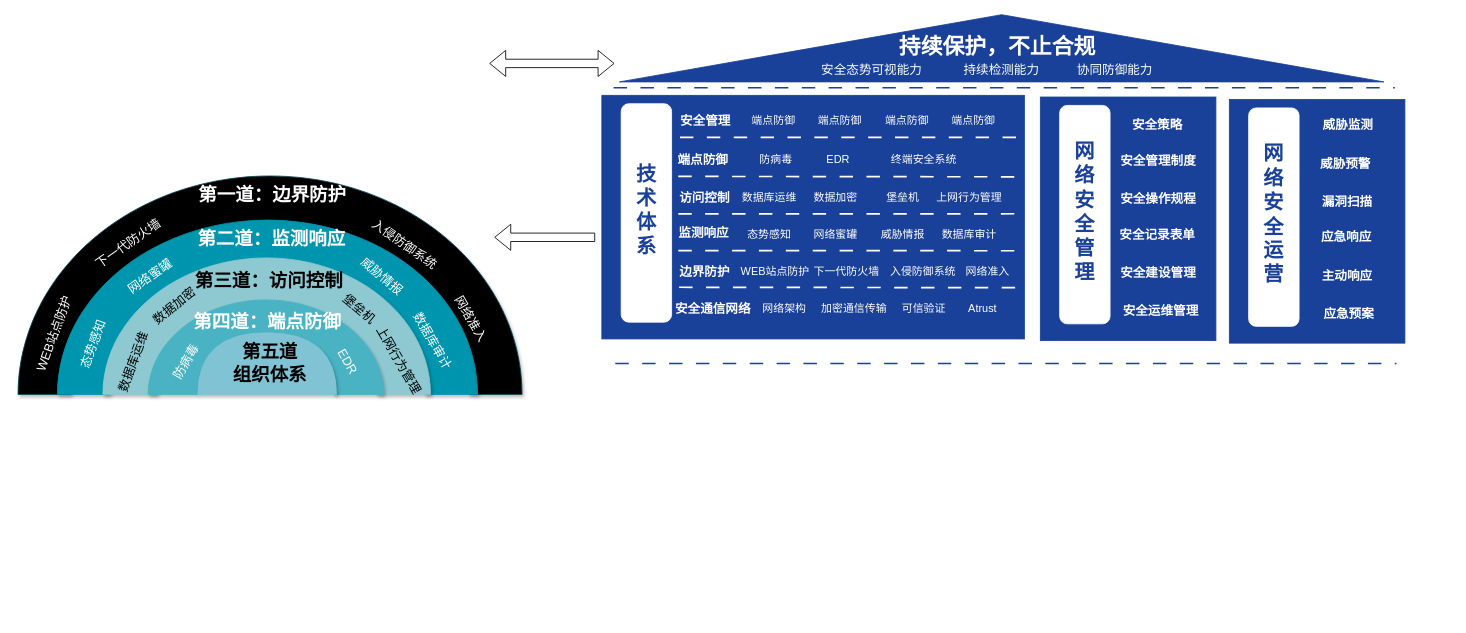
Earlier version of the draw.io diagram 安全架构.drawio (Niujieheng/GitHub_june). Source tidied: cells renumbered, new cells numbered last; positions are measured from the earlier drawing's top-left corner, leaving out a move shared by most shapes. Both pictures are drawn from the tidied source at 84%, with x=0, y=0 at pixel (3, -334).
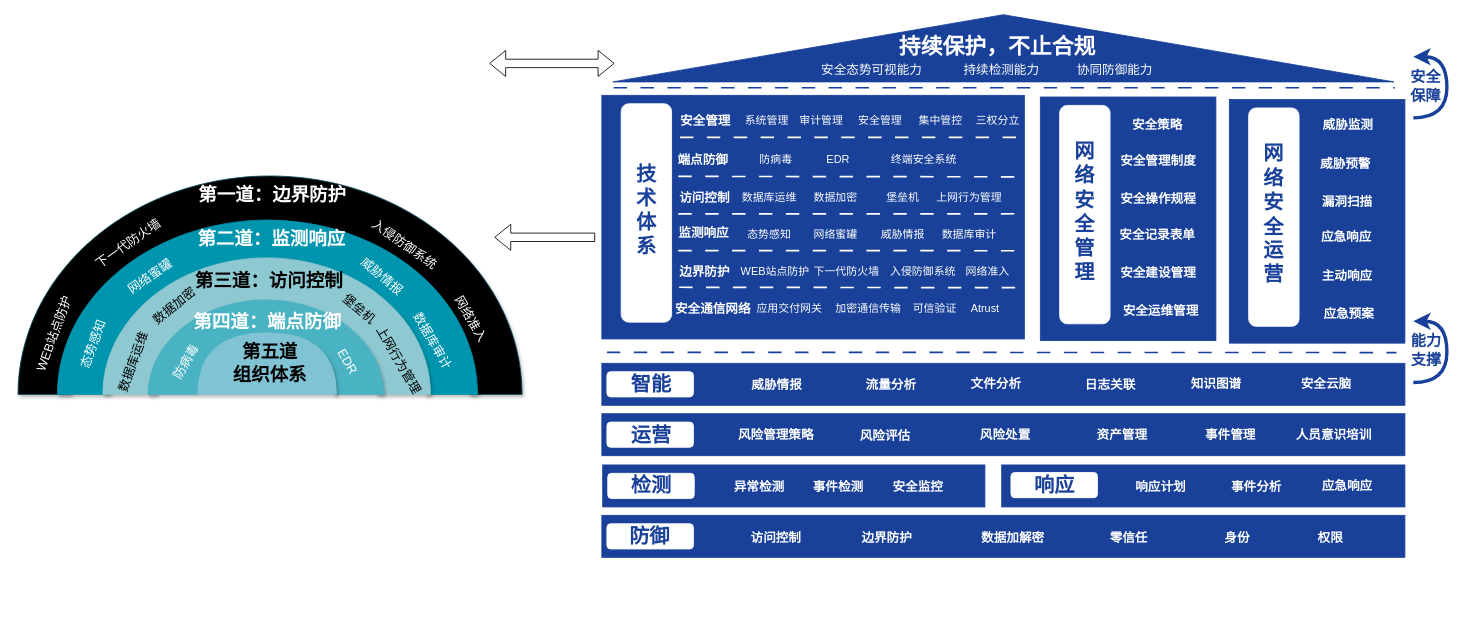
The same diagram, later.

Commit message (it also covers changes not shown here):
更新安全架构.drawio

Change to the diagram source:
```diff
@@
     <mxCell id="3" style="triangle;whiteSpace=wrap;html=1;rotation=-90;fillColor=light-dark(#194199, #ededed);strokeColor=light-dark(#194199,#EDEDED);" parent="1" vertex="1">
-      <mxGeometry x="1149" width="80" height="910" as="geometry" />
+      <mxGeometry x="1151" y="-10" width="80" height="930" as="geometry" />
     </mxCell>
@@
     <mxCell id="34" style="endArrow=none;dashed=1;html=1;rounded=0;dashPattern=8 8;strokeWidth=2;strokeColor=#194199;" parent="1" edge="1">
       <mxGeometry relative="1" as="geometry">
-        <mxPoint x="729" y="830.2" as="sourcePoint" />
-        <mxPoint x="1659" y="830.2" as="targetPoint" />
+        <mxPoint x="719" y="817" as="sourcePoint" />
+        <mxPoint x="1659" y="817.2" as="targetPoint" />
       </mxGeometry>
     </mxCell>
@@
-    <mxCell id="82" value="&lt;font style=&quot;color: rgb(255, 255, 255); font-size: 13px;&quot;&gt;网络架构&lt;/font&gt;" style="text;html=1;whiteSpace=wrap;strokeColor=none;fillColor=none;align=center;verticalAlign=middle;rounded=0;" parent="1" vertex="1">
-      <mxGeometry x="865" y="750.2" width="131" height="30" as="geometry" />
+    <mxCell id="82" value="&lt;font style=&quot;color: rgb(255, 255, 255); font-size: 13px;&quot;&gt;应用交付网关&lt;/font&gt;" style="text;html=1;whiteSpace=wrap;strokeColor=none;fillColor=none;align=center;verticalAlign=middle;rounded=0;" parent="1" vertex="1">
+      <mxGeometry x="871" y="750.2" width="131" height="30" as="geometry" />
     </mxCell>
     <mxCell id="83" value="&lt;font style=&quot;color: rgb(255, 255, 255); font-size: 13px;&quot;&gt;加密通信传输&lt;/font&gt;" style="text;html=1;whiteSpace=wrap;strokeColor=none;fillColor=none;align=center;verticalAlign=middle;rounded=0;" parent="1" vertex="1">
-      <mxGeometry x="948" y="750.2" width="131" height="30" as="geometry" />
+      <mxGeometry x="965" y="750.2" width="131" height="30" as="geometry" />
     </mxCell>
     <mxCell id="84" value="&lt;font style=&quot;color: rgb(255, 255, 255); font-size: 13px;&quot;&gt;可信验证&lt;/font&gt;" style="text;html=1;whiteSpace=wrap;strokeColor=none;fillColor=none;align=center;verticalAlign=middle;rounded=0;" parent="1" vertex="1">
-      <mxGeometry x="1031" y="750.2" width="131" height="30" as="geometry" />
+      <mxGeometry x="1044" y="750.2" width="131" height="30" as="geometry" />
     </mxCell>
     <mxCell id="85" value="&lt;font style=&quot;color: rgb(255, 255, 255); font-size: 13px;&quot;&gt;Atrust&lt;/font&gt;" style="text;html=1;whiteSpace=wrap;strokeColor=none;fillColor=none;align=center;verticalAlign=middle;rounded=0;" parent="1" vertex="1">
-      <mxGeometry x="1101" y="750.2" width="131" height="30" as="geometry" />
+      <mxGeometry x="1104" y="750.2" width="131" height="30" as="geometry" />
     </mxCell>
-    <mxCell id="86" value="&lt;font style=&quot;color: rgb(255, 255, 255); font-size: 13px;&quot;&gt;端点防御&lt;/font&gt;" style="text;html=1;whiteSpace=wrap;strokeColor=none;fillColor=none;align=center;verticalAlign=middle;rounded=0;" parent="1" vertex="1">
-      <mxGeometry x="852" y="526" width="131" height="30" as="geometry" />
+    <mxCell id="86" value="&lt;font style=&quot;color: rgb(255, 255, 255); font-size: 13px;&quot;&gt;系统管理&lt;/font&gt;" style="text;html=1;whiteSpace=wrap;strokeColor=none;fillColor=none;align=center;verticalAlign=middle;rounded=0;" parent="1" vertex="1">
+      <mxGeometry x="844" y="526" width="131" height="30" as="geometry" />
     </mxCell>
-    <mxCell id="87" value="&lt;font style=&quot;color: rgb(255, 255, 255); font-size: 13px;&quot;&gt;端点防御&lt;/font&gt;" style="text;html=1;whiteSpace=wrap;strokeColor=none;fillColor=none;align=center;verticalAlign=middle;rounded=0;" parent="1" vertex="1">
-      <mxGeometry x="931" y="526" width="131" height="30" as="geometry" />
+    <mxCell id="87" value="&lt;font style=&quot;color: rgb(255, 255, 255); font-size: 13px;&quot;&gt;审计管理&lt;/font&gt;" style="text;html=1;whiteSpace=wrap;strokeColor=none;fillColor=none;align=center;verticalAlign=middle;rounded=0;" parent="1" vertex="1">
+      <mxGeometry x="909" y="526" width="131" height="30" as="geometry" />
     </mxCell>
-    <mxCell id="88" value="&lt;font style=&quot;color: rgb(255, 255, 255); font-size: 13px;&quot;&gt;端点防御&lt;/font&gt;" style="text;html=1;whiteSpace=wrap;strokeColor=none;fillColor=none;align=center;verticalAlign=middle;rounded=0;" parent="1" vertex="1">
-      <mxGeometry x="1011" y="526" width="131" height="30" as="geometry" />
+    <mxCell id="88" value="&lt;font style=&quot;color: rgb(255, 255, 255); font-size: 13px;&quot;&gt;安全管理&lt;/font&gt;" style="text;html=1;whiteSpace=wrap;strokeColor=none;fillColor=none;align=center;verticalAlign=middle;rounded=0;" parent="1" vertex="1">
+      <mxGeometry x="979" y="526" width="131" height="30" as="geometry" />
     </mxCell>
-    <mxCell id="89" value="&lt;font style=&quot;color: rgb(255, 255, 255); font-size: 13px;&quot;&gt;端点防御&lt;/font&gt;" style="text;html=1;whiteSpace=wrap;strokeColor=none;fillColor=none;align=center;verticalAlign=middle;rounded=0;" parent="1" vertex="1">
-      <mxGeometry x="1090" y="526" width="131" height="30" as="geometry" />
+    <mxCell id="89" value="&lt;font style=&quot;color: rgb(255, 255, 255); font-size: 13px;&quot;&gt;集中管控&lt;/font&gt;" style="text;html=1;whiteSpace=wrap;strokeColor=none;fillColor=none;align=center;verticalAlign=middle;rounded=0;" parent="1" vertex="1">
+      <mxGeometry x="1051" y="526" width="131" height="30" as="geometry" />
     </mxCell>
+    <mxCell id="90" value="&lt;font style=&quot;color: rgb(255, 255, 255); font-size: 13px;&quot;&gt;三权分立&lt;/font&gt;" style="text;html=1;whiteSpace=wrap;strokeColor=none;fillColor=none;align=center;verticalAlign=middle;rounded=0;" parent="1" vertex="1">
+      <mxGeometry x="1118.5" y="526" width="131" height="30" as="geometry" />
+    </mxCell>
+    <mxCell id="91" style="rounded=0;whiteSpace=wrap;html=1;fillColor=#194199;strokeColor=#194199;" parent="1" vertex="1">
+      <mxGeometry x="713" y="830" width="956" height="50" as="geometry" />
+    </mxCell>
+    <mxCell id="92" style="rounded=1;whiteSpace=wrap;html=1;strokeColor=#FFFFFF;" parent="1" vertex="1">
+      <mxGeometry x="719" y="840" width="103" height="30" as="geometry" />
+    </mxCell>
+    <mxCell id="93" value="&lt;font style=&quot;color: rgb(25, 65, 153); font-size: 24px;&quot;&gt;&lt;b style=&quot;&quot;&gt;智能&lt;/b&gt;&lt;/font&gt;" style="text;html=1;whiteSpace=wrap;strokeColor=none;fillColor=none;align=center;verticalAlign=middle;rounded=0;" parent="1" vertex="1">
+      <mxGeometry x="711" y="840" width="122" height="30" as="geometry" />
+    </mxCell>
+    <mxCell id="94" value="&lt;font style=&quot;color: rgb(255, 255, 255); font-size: 15px;&quot;&gt;&lt;b&gt;威胁情报&lt;/b&gt;&lt;/font&gt;" style="text;html=1;whiteSpace=wrap;strokeColor=none;fillColor=none;align=center;verticalAlign=middle;rounded=0;" parent="1" vertex="1">
+      <mxGeometry x="856" y="840" width="131" height="30" as="geometry" />
+    </mxCell>
+    <mxCell id="95" value="&lt;font style=&quot;color: rgb(255, 255, 255); font-size: 15px;&quot;&gt;&lt;b&gt;流量分析&lt;/b&gt;&lt;/font&gt;" style="text;html=1;whiteSpace=wrap;strokeColor=none;fillColor=none;align=center;verticalAlign=middle;rounded=0;" parent="1" vertex="1">
+      <mxGeometry x="992" y="840" width="131" height="30" as="geometry" />
+    </mxCell>
+    <mxCell id="96" value="&lt;font style=&quot;color: rgb(255, 255, 255); font-size: 15px;&quot;&gt;&lt;b&gt;日志关联&lt;/b&gt;&lt;/font&gt;" style="text;html=1;whiteSpace=wrap;strokeColor=none;fillColor=none;align=center;verticalAlign=middle;rounded=0;" parent="1" vertex="1">
+      <mxGeometry x="1253" y="840" width="131" height="30" as="geometry" />
+    </mxCell>
+    <mxCell id="97" value="&lt;font style=&quot;color: rgb(255, 255, 255); font-size: 15px;&quot;&gt;&lt;b&gt;安全云脑&lt;/b&gt;&lt;/font&gt;" style="text;html=1;whiteSpace=wrap;strokeColor=none;fillColor=none;align=center;verticalAlign=middle;rounded=0;" parent="1" vertex="1">
+      <mxGeometry x="1510" y="839.2" width="131" height="30" as="geometry" />
+    </mxCell>
+    <mxCell id="98" value="&lt;font style=&quot;color: rgb(255, 255, 255); font-size: 15px;&quot;&gt;&lt;b&gt;知识图谱&lt;/b&gt;&lt;/font&gt;" style="text;html=1;whiteSpace=wrap;strokeColor=none;fillColor=none;align=center;verticalAlign=middle;rounded=0;" parent="1" vertex="1">
+      <mxGeometry x="1379" y="839.2" width="131" height="30" as="geometry" />
+    </mxCell>
+    <mxCell id="99" value="&lt;font style=&quot;color: rgb(255, 255, 255); font-size: 15px;&quot;&gt;&lt;b&gt;文件分析&lt;/b&gt;&lt;/font&gt;" style="text;html=1;whiteSpace=wrap;strokeColor=none;fillColor=none;align=center;verticalAlign=middle;rounded=0;" parent="1" vertex="1">
+      <mxGeometry x="1117" y="839.2" width="131" height="30" as="geometry" />
+    </mxCell>
+    <mxCell id="100" style="rounded=0;whiteSpace=wrap;html=1;fillColor=#194199;strokeColor=#194199;" parent="1" vertex="1">
+      <mxGeometry x="713" y="1011" width="956" height="50" as="geometry" />
+    </mxCell>
+    <mxCell id="101" value="&lt;font style=&quot;color: rgb(255, 255, 255); font-size: 15px;&quot;&gt;&lt;b&gt;访问控制&lt;/b&gt;&lt;/font&gt;" style="text;html=1;whiteSpace=wrap;strokeColor=none;fillColor=none;align=center;verticalAlign=middle;rounded=0;" parent="1" vertex="1">
+      <mxGeometry x="855" y="1022" width="131" height="30" as="geometry" />
+    </mxCell>
+    <mxCell id="102" value="&lt;font style=&quot;color: rgb(255, 255, 255); font-size: 15px;&quot;&gt;&lt;b&gt;边界防护&lt;/b&gt;&lt;/font&gt;" style="text;html=1;whiteSpace=wrap;strokeColor=none;fillColor=none;align=center;verticalAlign=middle;rounded=0;" parent="1" vertex="1">
+      <mxGeometry x="987" y="1022" width="131" height="30" as="geometry" />
+    </mxCell>
+    <mxCell id="103" value="&lt;font color=&quot;#ffffff&quot;&gt;&lt;span style=&quot;font-size: 15px;&quot;&gt;&lt;b&gt;数据加解密&lt;/b&gt;&lt;/span&gt;&lt;/font&gt;" style="text;html=1;whiteSpace=wrap;strokeColor=none;fillColor=none;align=center;verticalAlign=middle;rounded=0;" parent="1" vertex="1">
+      <mxGeometry x="1137" y="1022" width="131" height="30" as="geometry" />
+    </mxCell>
+    <mxCell id="104" value="&lt;font color=&quot;#ffffff&quot;&gt;&lt;span style=&quot;font-size: 15px;&quot;&gt;&lt;b&gt;零信任&lt;/b&gt;&lt;/span&gt;&lt;/font&gt;" style="text;html=1;whiteSpace=wrap;strokeColor=none;fillColor=none;align=center;verticalAlign=middle;rounded=0;" parent="1" vertex="1">
+      <mxGeometry x="1275" y="1022" width="131" height="30" as="geometry" />
+    </mxCell>
+    <mxCell id="105" value="&lt;font style=&quot;color: rgb(255, 255, 255); font-size: 15px;&quot;&gt;&lt;b&gt;身份&lt;/b&gt;&lt;/font&gt;" style="text;html=1;whiteSpace=wrap;strokeColor=none;fillColor=none;align=center;verticalAlign=middle;rounded=0;" parent="1" vertex="1">
+      <mxGeometry x="1404" y="1022" width="131" height="30" as="geometry" />
+    </mxCell>
+    <mxCell id="106" value="&lt;font style=&quot;color: rgb(255, 255, 255); font-size: 15px;&quot;&gt;&lt;b&gt;权限&lt;/b&gt;&lt;/font&gt;" style="text;html=1;whiteSpace=wrap;strokeColor=none;fillColor=none;align=center;verticalAlign=middle;rounded=0;" parent="1" vertex="1">
+      <mxGeometry x="1515" y="1022" width="131" height="30" as="geometry" />
+    </mxCell>
+    <mxCell id="107" style="rounded=0;whiteSpace=wrap;html=1;fillColor=#194199;strokeColor=#194199;" parent="1" vertex="1">
+      <mxGeometry x="713" y="890" width="956" height="50" as="geometry" />
+    </mxCell>
+    <mxCell id="108" value="&lt;font color=&quot;#ffffff&quot;&gt;&lt;span style=&quot;font-size: 15px;&quot;&gt;&lt;b&gt;风险管理策略&lt;/b&gt;&lt;/span&gt;&lt;/font&gt;" style="text;html=1;whiteSpace=wrap;strokeColor=none;fillColor=none;align=center;verticalAlign=middle;rounded=0;" parent="1" vertex="1">
+      <mxGeometry x="855" y="900" width="131" height="30" as="geometry" />
+    </mxCell>
+    <mxCell id="109" value="&lt;font style=&quot;color: rgb(255, 255, 255); font-size: 15px;&quot;&gt;&lt;b&gt;风险评估&lt;/b&gt;&lt;/font&gt;" style="text;html=1;whiteSpace=wrap;strokeColor=none;fillColor=none;align=center;verticalAlign=middle;rounded=0;" parent="1" vertex="1">
+      <mxGeometry x="985" y="901" width="131" height="30" as="geometry" />
+    </mxCell>
+    <mxCell id="110" value="&lt;font style=&quot;color: rgb(255, 255, 255); font-size: 15px;&quot;&gt;&lt;b&gt;风险处置&lt;/b&gt;&lt;/font&gt;" style="text;html=1;whiteSpace=wrap;strokeColor=none;fillColor=none;align=center;verticalAlign=middle;rounded=0;" parent="1" vertex="1">
+      <mxGeometry x="1128" y="900" width="131" height="30" as="geometry" />
+    </mxCell>
+    <mxCell id="111" value="&lt;font style=&quot;color: rgb(255, 255, 255); font-size: 15px;&quot;&gt;&lt;b&gt;资产管理&lt;/b&gt;&lt;/font&gt;" style="text;html=1;whiteSpace=wrap;strokeColor=none;fillColor=none;align=center;verticalAlign=middle;rounded=0;" parent="1" vertex="1">
+      <mxGeometry x="1267" y="900" width="131" height="30" as="geometry" />
+    </mxCell>
+    <mxCell id="112" value="&lt;font color=&quot;#ffffff&quot;&gt;&lt;span style=&quot;font-size: 15px;&quot;&gt;&lt;b&gt;事件管理&lt;/b&gt;&lt;/span&gt;&lt;/font&gt;" style="text;html=1;whiteSpace=wrap;strokeColor=none;fillColor=none;align=center;verticalAlign=middle;rounded=0;" parent="1" vertex="1">
+      <mxGeometry x="1396" y="900" width="131" height="30" as="geometry" />
+    </mxCell>
+    <mxCell id="113" value="&lt;font style=&quot;color: rgb(255, 255, 255); font-size: 15px;&quot;&gt;&lt;b&gt;人员意识培训&lt;/b&gt;&lt;/font&gt;" style="text;html=1;whiteSpace=wrap;strokeColor=none;fillColor=none;align=center;verticalAlign=middle;rounded=0;" parent="1" vertex="1">
+      <mxGeometry x="1519" y="900" width="131" height="30" as="geometry" />
+    </mxCell>
+    <mxCell id="114" style="rounded=0;whiteSpace=wrap;html=1;fillColor=#194199;strokeColor=#194199;" parent="1" vertex="1">
+      <mxGeometry x="714" y="951" width="455" height="50" as="geometry" />
+    </mxCell>
+    <mxCell id="115" value="&lt;font style=&quot;color: rgb(255, 255, 255); font-size: 15px;&quot;&gt;&lt;b&gt;异常检测&lt;/b&gt;&lt;/font&gt;" style="text;html=1;whiteSpace=wrap;strokeColor=none;fillColor=none;align=center;verticalAlign=middle;rounded=0;" parent="1" vertex="1">
+      <mxGeometry x="835" y="961" width="131" height="30" as="geometry" />
+    </mxCell>
+    <mxCell id="116" value="&lt;font style=&quot;color: rgb(255, 255, 255); font-size: 15px;&quot;&gt;&lt;b&gt;事件检测&lt;/b&gt;&lt;/font&gt;" style="text;html=1;whiteSpace=wrap;strokeColor=none;fillColor=none;align=center;verticalAlign=middle;rounded=0;" parent="1" vertex="1">
+      <mxGeometry x="929" y="961" width="131" height="30" as="geometry" />
+    </mxCell>
+    <mxCell id="117" value="&lt;font style=&quot;color: rgb(255, 255, 255); font-size: 15px;&quot;&gt;&lt;b&gt;安全监控&lt;/b&gt;&lt;/font&gt;" style="text;html=1;whiteSpace=wrap;strokeColor=none;fillColor=none;align=center;verticalAlign=middle;rounded=0;" parent="1" vertex="1">
+      <mxGeometry x="1023.5" y="961" width="131" height="30" as="geometry" />
+    </mxCell>
+    <mxCell id="118" style="rounded=1;whiteSpace=wrap;html=1;strokeColor=#FFFFFF;" parent="1" vertex="1">
+      <mxGeometry x="719" y="1021" width="103" height="30" as="geometry" />
+    </mxCell>
+    <mxCell id="119" value="&lt;font style=&quot;color: rgb(25, 65, 153); font-size: 24px;&quot;&gt;&lt;b style=&quot;&quot;&gt;防御&lt;/b&gt;&lt;/font&gt;" style="text;html=1;whiteSpace=wrap;strokeColor=none;fillColor=none;align=center;verticalAlign=middle;rounded=0;" parent="1" vertex="1">
+      <mxGeometry x="709" y="1021" width="122" height="30" as="geometry" />
+    </mxCell>
+    <mxCell id="120" style="rounded=1;whiteSpace=wrap;html=1;strokeColor=#FFFFFF;" parent="1" vertex="1">
+      <mxGeometry x="719" y="900" width="103" height="30" as="geometry" />
+    </mxCell>
+    <mxCell id="121" value="&lt;font style=&quot;color: rgb(25, 65, 153); font-size: 24px;&quot;&gt;&lt;b style=&quot;&quot;&gt;运营&lt;/b&gt;&lt;/font&gt;" style="text;html=1;whiteSpace=wrap;strokeColor=none;fillColor=none;align=center;verticalAlign=middle;rounded=0;" parent="1" vertex="1">
+      <mxGeometry x="711" y="901" width="122" height="30" as="geometry" />
+    </mxCell>
+    <mxCell id="122" style="rounded=1;whiteSpace=wrap;html=1;strokeColor=#FFFFFF;" parent="1" vertex="1">
+      <mxGeometry x="720" y="961" width="103" height="30" as="geometry" />
+    </mxCell>
+    <mxCell id="123" value="&lt;font style=&quot;color: rgb(25, 65, 153); font-size: 24px;&quot;&gt;&lt;b style=&quot;&quot;&gt;检测&lt;/b&gt;&lt;/font&gt;" style="text;html=1;whiteSpace=wrap;strokeColor=none;fillColor=none;align=center;verticalAlign=middle;rounded=0;" parent="1" vertex="1">
+      <mxGeometry x="711" y="961" width="122" height="30" as="geometry" />
+    </mxCell>
+    <mxCell id="124" style="rounded=0;whiteSpace=wrap;html=1;fillColor=#194199;strokeColor=#194199;" parent="1" vertex="1">
+      <mxGeometry x="1189" y="951" width="480" height="50" as="geometry" />
+    </mxCell>
+    <mxCell id="125" value="&lt;font style=&quot;color: rgb(255, 255, 255); font-size: 15px;&quot;&gt;&lt;b&gt;响应计划&lt;/b&gt;&lt;/font&gt;" style="text;html=1;whiteSpace=wrap;strokeColor=none;fillColor=none;align=center;verticalAlign=middle;rounded=0;" parent="1" vertex="1">
+      <mxGeometry x="1313" y="961" width="131" height="30" as="geometry" />
+    </mxCell>
+    <mxCell id="126" value="&lt;font style=&quot;color: rgb(255, 255, 255); font-size: 15px;&quot;&gt;&lt;b&gt;事件分析&lt;/b&gt;&lt;/font&gt;" style="text;html=1;whiteSpace=wrap;strokeColor=none;fillColor=none;align=center;verticalAlign=middle;rounded=0;" parent="1" vertex="1">
+      <mxGeometry x="1427" y="961" width="131" height="30" as="geometry" />
+    </mxCell>
+    <mxCell id="127" value="&lt;font style=&quot;color: rgb(255, 255, 255); font-size: 15px;&quot;&gt;&lt;b&gt;应急响应&lt;/b&gt;&lt;/font&gt;" style="text;html=1;whiteSpace=wrap;strokeColor=none;fillColor=none;align=center;verticalAlign=middle;rounded=0;" parent="1" vertex="1">
+      <mxGeometry x="1535" y="960" width="131" height="30" as="geometry" />
+    </mxCell>
+    <mxCell id="128" style="rounded=1;whiteSpace=wrap;html=1;strokeColor=#FFFFFF;" parent="1" vertex="1">
+      <mxGeometry x="1200" y="960" width="103" height="30" as="geometry" />
+    </mxCell>
+    <mxCell id="129" value="&lt;font style=&quot;color: rgb(25, 65, 153); font-size: 24px;&quot;&gt;&lt;b style=&quot;&quot;&gt;响应&lt;/b&gt;&lt;/font&gt;" style="text;html=1;whiteSpace=wrap;strokeColor=none;fillColor=none;align=center;verticalAlign=middle;rounded=0;" parent="1" vertex="1">
+      <mxGeometry x="1191" y="961" width="122" height="30" as="geometry" />
+    </mxCell>
+    <mxCell id="130" style="edgeStyle=orthogonalEdgeStyle;endArrow=classic;html=1;curved=1;rounded=1;endSize=8;startSize=8;strokeWidth=4;strokeColor=#194199;" parent="1" edge="1">
+      <mxGeometry relative="1" as="geometry">
+        <mxPoint x="1679" y="852.8" as="sourcePoint" />
+        <mxPoint x="1679" y="780" as="targetPoint" />
+        <Array as="points">
+          <mxPoint x="1719" y="853" />
+          <mxPoint x="1719" y="780" />
+        </Array>
+      </mxGeometry>
+    </mxCell>
+    <mxCell id="131" style="edgeStyle=orthogonalEdgeStyle;endArrow=classic;html=1;curved=1;rounded=1;endSize=8;startSize=8;strokeColor=#194199;strokeWidth=4;" parent="1" edge="1">
+      <mxGeometry relative="1" as="geometry">
+        <mxPoint x="1679" y="537.8" as="sourcePoint" />
+        <mxPoint x="1679" y="465" as="targetPoint" />
+        <Array as="points">
+          <mxPoint x="1719" y="538" />
+          <mxPoint x="1719" y="465" />
+        </Array>
+      </mxGeometry>
+    </mxCell>
+    <mxCell id="132" value="&lt;font style=&quot;color: rgb(25, 65, 153); font-size: 18px;&quot;&gt;&lt;b style=&quot;&quot;&gt;安全&lt;br&gt;保障&lt;/b&gt;&lt;/font&gt;" style="text;html=1;whiteSpace=wrap;strokeColor=none;fillColor=none;align=center;verticalAlign=middle;rounded=0;" parent="1" vertex="1">
+      <mxGeometry x="1664" y="486" width="60" height="30" as="geometry" />
+    </mxCell>
+    <mxCell id="133" value="&lt;font color=&quot;#194199&quot;&gt;&lt;span style=&quot;font-size: 18px;&quot;&gt;&lt;b&gt;能力支撑&lt;/b&gt;&lt;/span&gt;&lt;/font&gt;" style="text;html=1;whiteSpace=wrap;strokeColor=none;fillColor=none;align=center;verticalAlign=middle;rounded=0;" parent="1" vertex="1">
+      <mxGeometry x="1667" y="800" width="55" height="30" as="geometry" />
+    </mxCell>
```
